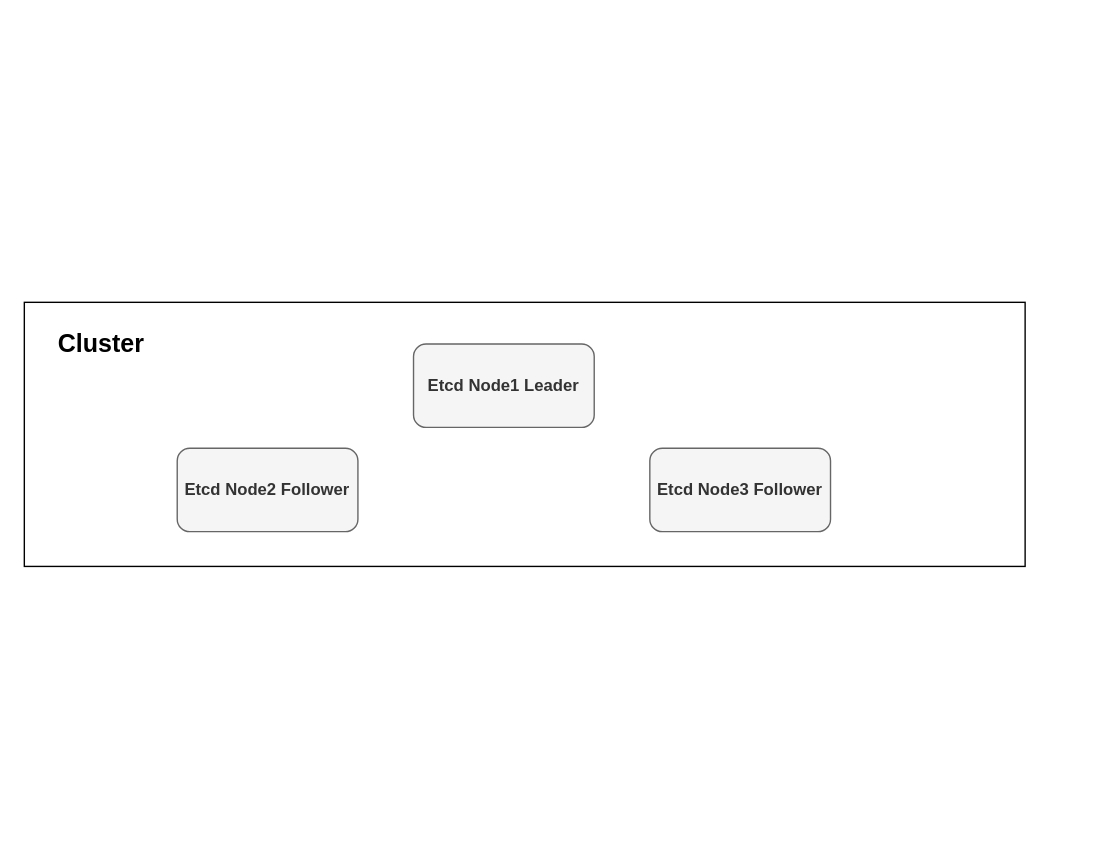
This is image_etcd_section/etcd_cluster.drawio from HoangLong248/HAClusterK8s, a draw.io file, before an edit. Source tidied: cells renumbered, new cells numbered last; positions are measured from the earlier drawing's top-left corner, leaving out a move shared by most shapes. Both pictures are drawn from the tidied source at 139%, with x=0, y=0 at pixel (24, 302).
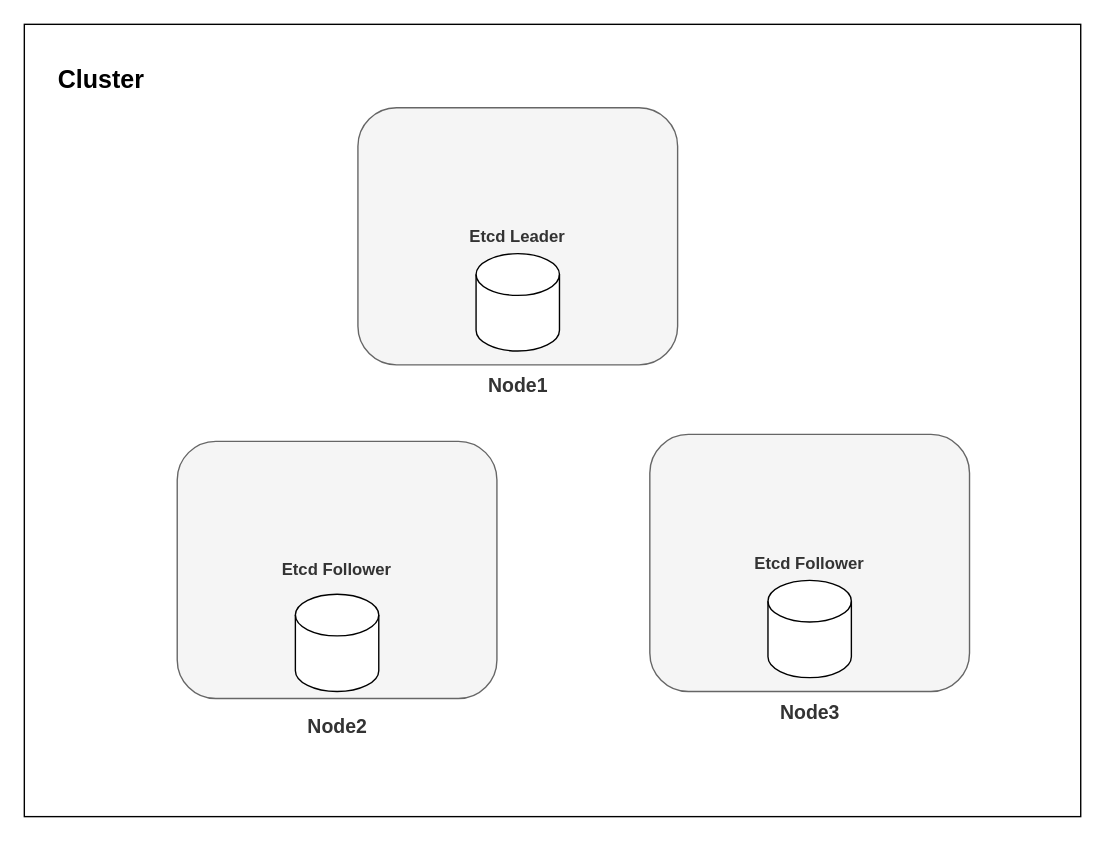
After the change.

Commit message (it also covers changes not shown here):
redraw cluster and add vagrantfile

Diff of the diagram source:
```diff
@@
 <mxGraphModel>
   <root>
     <mxCell id="0" />
     <mxCell id="1" parent="0" />
     <mxCell id="2" style="rounded=0;whiteSpace=wrap;html=1;" parent="1" vertex="1">
-      <mxGeometry width="720" height="190" as="geometry" />
+      <mxGeometry y="-200" width="760" height="570" as="geometry" />
     </mxCell>
+    <mxCell id="4" value="&lt;b&gt;Etcd Follower&lt;/b&gt;" style="rounded=1;whiteSpace=wrap;html=1;fillColor=#f5f5f5;fontColor=#333333;strokeColor=#666666;align=center;" parent="1" vertex="1">
+      <mxGeometry x="110" y="100" width="230" height="185" as="geometry" />
+    </mxCell>
+    <mxCell id="7" style="shape=cylinder3;whiteSpace=wrap;html=1;boundedLbl=1;backgroundOutline=1;size=15;" parent="1" vertex="1">
+      <mxGeometry x="195" y="210" width="60" height="70" as="geometry" />
+    </mxCell>
     <mxCell id="3" value="&lt;font style=&quot;font-size: 18px;&quot;&gt;&lt;b&gt;Cluster&lt;/b&gt;&lt;/font&gt;" style="text;html=1;align=center;verticalAlign=middle;strokeColor=none;fillColor=none;" parent="1" vertex="1">
-      <mxGeometry x="10" y="10" width="90" height="40" as="geometry" />
+      <mxGeometry x="10" y="-180" width="90" height="40" as="geometry" />
     </mxCell>
-    <mxCell id="4" value="&lt;b&gt;Etcd Node2 Follower&lt;/b&gt;" style="rounded=1;whiteSpace=wrap;html=1;fillColor=#f5f5f5;fontColor=#333333;strokeColor=#666666;" parent="1" vertex="1">
-      <mxGeometry x="110" y="105" width="130" height="60" as="geometry" />
-    </mxCell>
-    <mxCell id="5" value="&lt;b&gt;Etcd Node1 Leader&lt;/b&gt;" style="rounded=1;whiteSpace=wrap;html=1;fillColor=#f5f5f5;fontColor=#333333;strokeColor=#666666;" parent="1" vertex="1">
-      <mxGeometry x="280" y="30" width="130" height="60" as="geometry" />
-    </mxCell>
-    <mxCell id="6" value="&lt;b&gt;Etcd Node3 Follower&lt;/b&gt;" style="rounded=1;whiteSpace=wrap;html=1;fillColor=#f5f5f5;fontColor=#333333;strokeColor=#666666;" parent="1" vertex="1">
-      <mxGeometry x="450" y="105" width="130" height="60" as="geometry" />
-    </mxCell>
+    <mxCell id="8" value="&lt;b&gt;Etcd Follower&lt;/b&gt;" style="rounded=1;whiteSpace=wrap;html=1;fillColor=#f5f5f5;fontColor=#333333;strokeColor=#666666;align=center;" parent="1" vertex="1">
+      <mxGeometry x="450" y="95" width="230" height="185" as="geometry" />
+    </mxCell>
+    <mxCell id="9" style="shape=cylinder3;whiteSpace=wrap;html=1;boundedLbl=1;backgroundOutline=1;size=15;" parent="1" vertex="1">
+      <mxGeometry x="535" y="200" width="60" height="70" as="geometry" />
+    </mxCell>
+    <mxCell id="10" value="&lt;b&gt;Etcd Leader&lt;/b&gt;" style="rounded=1;whiteSpace=wrap;html=1;fillColor=#f5f5f5;fontColor=#333333;strokeColor=#666666;align=center;" parent="1" vertex="1">
+      <mxGeometry x="240" y="-140" width="230" height="185" as="geometry" />
+    </mxCell>
+    <mxCell id="11" style="shape=cylinder3;whiteSpace=wrap;html=1;boundedLbl=1;backgroundOutline=1;size=15;" parent="1" vertex="1">
+      <mxGeometry x="325" y="-35" width="60" height="70" as="geometry" />
+    </mxCell>
+    <mxCell id="12" value="&lt;b&gt;&lt;font style=&quot;font-size: 14px;&quot;&gt;Node2&lt;/font&gt;&lt;/b&gt;" style="text;html=1;align=center;verticalAlign=middle;strokeColor=none;fillColor=none;fontSize=12;fontFamily=Helvetica;fontColor=#333333;" parent="1" vertex="1">
+      <mxGeometry x="190" y="290" width="70" height="30" as="geometry" />
+    </mxCell>
+    <mxCell id="13" value="&lt;b&gt;&lt;font style=&quot;font-size: 14px;&quot;&gt;Node3&lt;/font&gt;&lt;/b&gt;" style="text;html=1;align=center;verticalAlign=middle;strokeColor=none;fillColor=none;fontSize=12;fontFamily=Helvetica;fontColor=#333333;" parent="1" vertex="1">
+      <mxGeometry x="530" y="280" width="70" height="30" as="geometry" />
+    </mxCell>
+    <mxCell id="14" value="&lt;b&gt;&lt;font style=&quot;font-size: 14px;&quot;&gt;Node1&lt;/font&gt;&lt;/b&gt;" style="text;html=1;align=center;verticalAlign=middle;strokeColor=none;fillColor=none;fontSize=12;fontFamily=Helvetica;fontColor=#333333;" parent="1" vertex="1">
+      <mxGeometry x="320" y="45" width="70" height="30" as="geometry" />
+    </mxCell>
   </root>
 </mxGraphModel>
```
